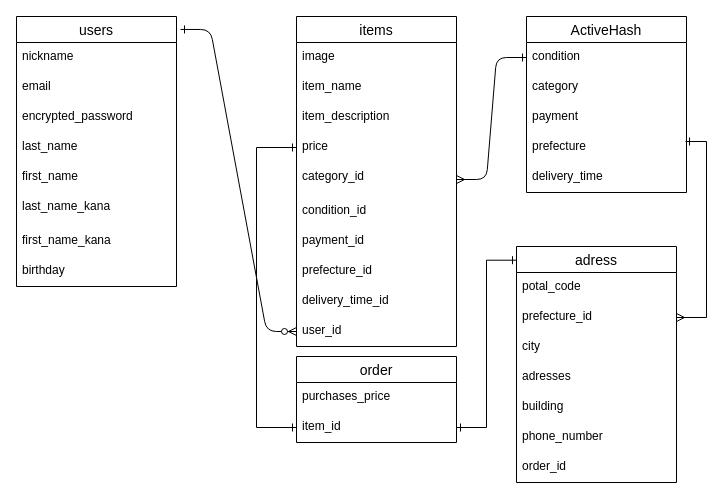
Earlier version of the draw.io diagram ERdiagram.dio (sasakikeisuke-ft/furima-35363). Source tidied: cells renumbered, new cells numbered last; positions are measured from the earlier drawing's top-left corner, leaving out a move shared by most shapes. Both pictures are drawn from the tidied source at 100%, with x=0, y=0 at pixel (16, 16).
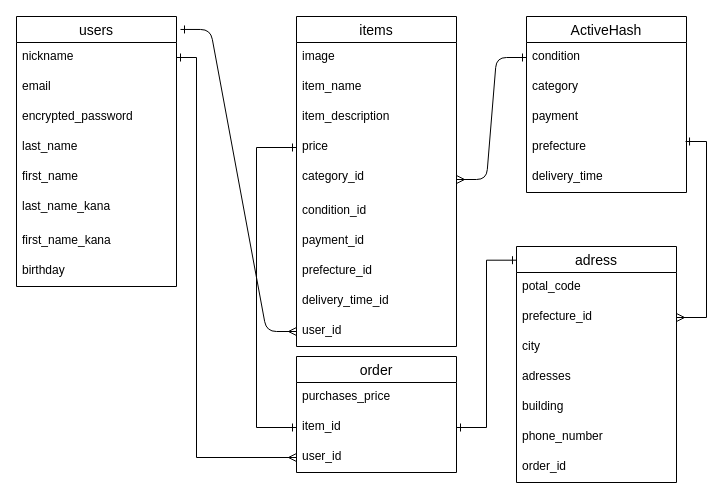
The same page after the edit.

Commit message (it also covers changes not shown here):
修正3_users~ordersのアソシエーション設定

usersテーブルとordersテーブルのアソシエーションを設定。
また発見した誤字を修正

The change refers to these unchanged cells:
```xml
<mxCell id="2" value="users" style="swimlane;fontStyle=0;horizontal=1;startSize=26;align=center;fontSize=14;" parent="1" vertex="1">
  <mxGeometry width="160" height="270" as="geometry" />
</mxCell>
<mxCell id="3" value="nickname" style="text;strokeColor=none;fillColor=none;spacingLeft=4;spacingRight=4;overflow=hidden;points=[[0,0.5],[1,0.5]];portConstraint=eastwest;fontSize=12;" parent="2" vertex="1">
  <mxGeometry y="26" width="160" height="30" as="geometry" />
</mxCell>
<mxCell id="21" value="user_id" style="text;strokeColor=none;fillColor=none;spacingLeft=4;spacingRight=4;overflow=hidden;points=[[0,0.5],[1,0.5]];portConstraint=eastwest;fontSize=12;" parent="11" vertex="1">
  <mxGeometry y="300" width="160" height="30" as="geometry" />
</mxCell>
```

What changed in the source:
```diff
@@
-    <mxCell id="22" style="edgeStyle=entityRelationEdgeStyle;fontSize=12;html=1;endArrow=ERzeroToMany;endFill=1;exitX=1.025;exitY=0.048;exitDx=0;exitDy=0;entryX=0;entryY=0.5;entryDx=0;entryDy=0;startArrow=ERone;startFill=0;exitPerimeter=0;" parent="1" edge="1" source="2" target="21">
+    <mxCell id="22" style="edgeStyle=entityRelationEdgeStyle;fontSize=12;html=1;endArrow=ERmany;endFill=0;exitX=1.025;exitY=0.048;exitDx=0;exitDy=0;entryX=0;entryY=0.5;entryDx=0;entryDy=0;startArrow=ERone;startFill=0;exitPerimeter=0;" parent="1" edge="1" source="2" target="21">
       <mxGeometry relative="1" as="geometry" />
     </mxCell>
@@
     <mxCell id="30" value="order" style="swimlane;fontStyle=0;horizontal=1;startSize=26;align=center;fontSize=14;" parent="1" vertex="1">
-      <mxGeometry x="280" y="340" width="160" height="86" as="geometry" />
+      <mxGeometry x="280" y="340" width="160" height="116" as="geometry" />
     </mxCell>
@@
+    <mxCell id="44" value="user_id" style="text;strokeColor=none;fillColor=none;spacingLeft=4;spacingRight=4;overflow=hidden;points=[[0,0.5],[1,0.5]];portConstraint=eastwest;fontSize=12;" parent="30" vertex="1">
+      <mxGeometry y="86" width="160" height="30" as="geometry" />
+    </mxCell>
@@
+    <mxCell id="45" style="edgeStyle=orthogonalEdgeStyle;rounded=0;jettySize=auto;html=1;exitX=1;exitY=0.5;exitDx=0;exitDy=0;entryX=0;entryY=0.5;entryDx=0;entryDy=0;startArrow=ERone;startFill=0;endArrow=ERmany;endFill=0;" parent="1" edge="1" source="3" target="44">
+      <mxGeometry relative="1" as="geometry">
+        <Array as="points">
+          <mxPoint x="180" y="41" />
+          <mxPoint x="180" y="441" />
+        </Array>
+      </mxGeometry>
+    </mxCell>
```
